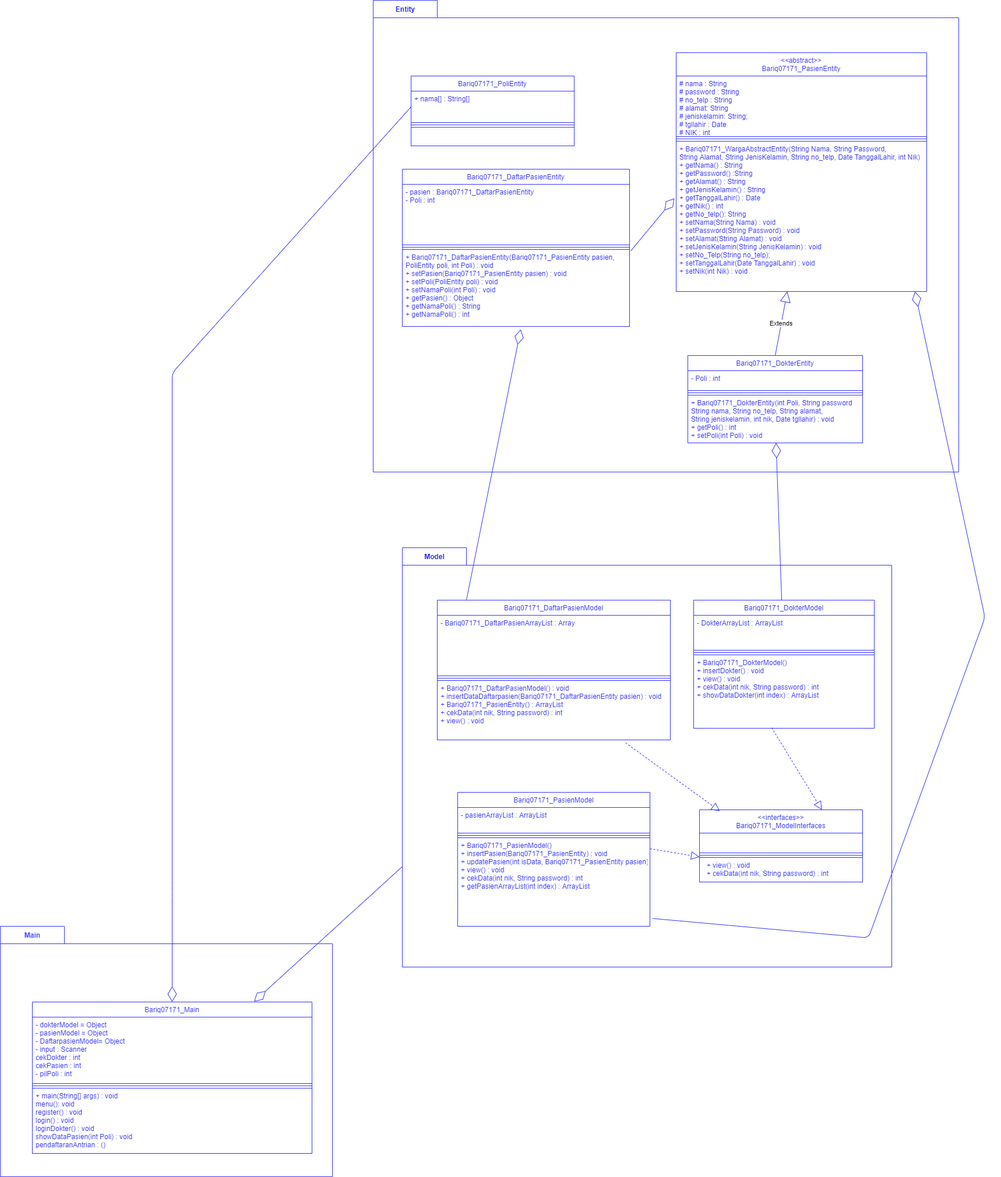
bariq-qs/07171_PBO keeps this draw.io diagram as Praktikum/Modul 2/Tugas Praktikum Modul 2/Class-Diagram-M2.png. Above is the earlier version. Source tidied: cells renumbered, new cells last; positions are measured from the earlier drawing's top-left corner, leaving out a move shared by most shapes.
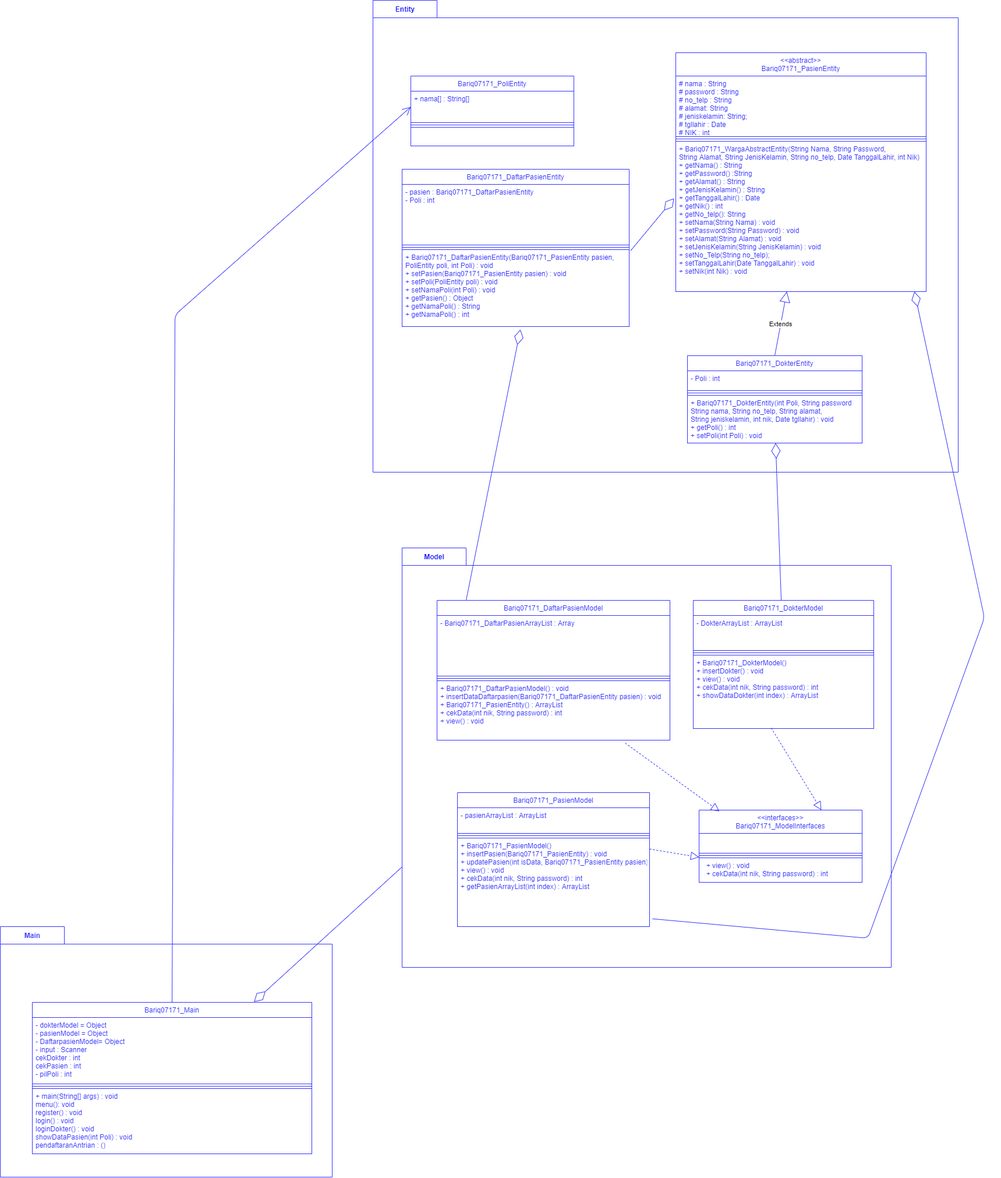
After the change.

Commit message:
revision class diagram2

Diff of the diagram source:
```diff
@@ -176,16 +176,15 @@
         </Array>
       </mxGeometry>
     </mxCell>
-    <mxCell id="57" style="endArrow=diamondThin;endFill=0;endSize=24;html=1;strokeColor=#3333FF;exitX=0;exitY=0.5;exitDx=0;exitDy=0;" parent="1" edge="1" source="35" target="3">
-      <mxGeometry relative="1" as="geometry">
-        <Array as="points">
-          <mxPoint x="295" y="640" />
-          <mxPoint x="295" y="1530" />
-        </Array>
-      </mxGeometry>
-    </mxCell>
     <mxCell id="58" style="endArrow=diamondThin;endFill=0;endSize=24;html=1;strokeColor=#3333FF;exitX=0;exitY=0;exitDx=0;exitDy=547.5;exitPerimeter=0;entryX=0.793;entryY=-0.003;entryDx=0;entryDy=0;entryPerimeter=0;" parent="1" edge="1" source="7" target="3">
       <mxGeometry relative="1" as="geometry" />
     </mxCell>
+    <mxCell id="59" style="endArrow=open;endFill=1;endSize=12;html=1;strokeColor=#3333FF;entryX=0;entryY=0.5;entryDx=0;entryDy=0;exitX=0.5;exitY=0;exitDx=0;exitDy=0;" parent="1" edge="1" source="3" target="35">
+      <mxGeometry relative="1" as="geometry">
+        <Array as="points">
+          <mxPoint x="300" y="540" />
+        </Array>
+      </mxGeometry>
+    </mxCell>
   </root>
 </mxGraphModel>
```
